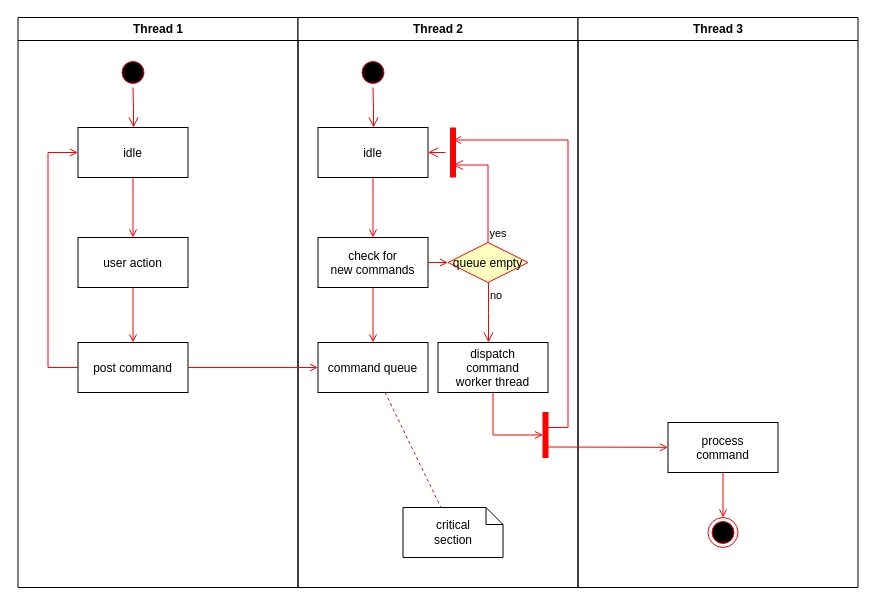
This is RiceStore.drawio from XuanThanh-18/rice-store, a draw.io file, before an edit. Source tidied: cells renumbered, new cells numbered last; positions are measured from the earlier drawing's top-left corner, leaving out a move shared by most shapes. Both pictures are drawn from the tidied source at 100%, with x=0, y=0 at pixel (17, 17).
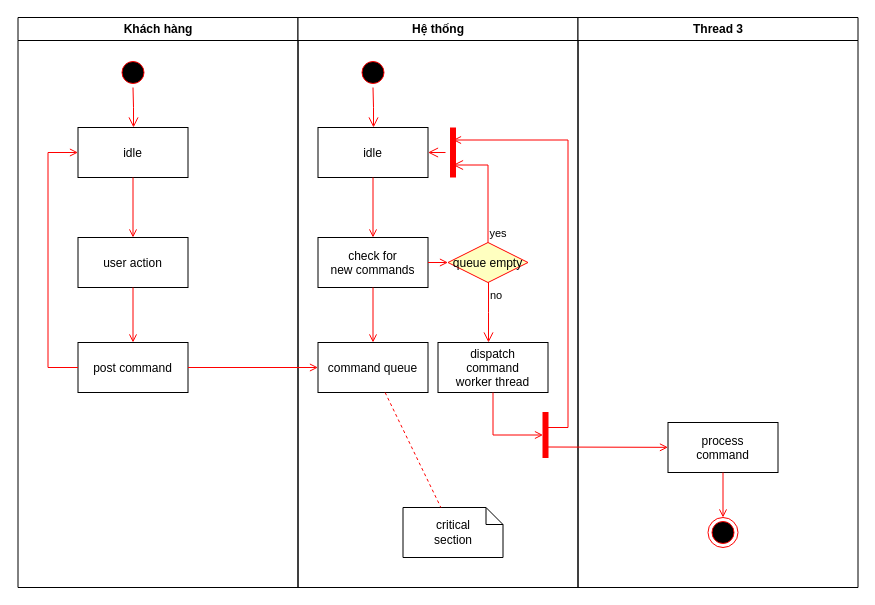
After the change.

The edit, as a diff of the source:
```diff
@@
-    <mxCell id="2" value="Thread 1" style="swimlane;whiteSpace=wrap;" parent="1" vertex="1">
+    <mxCell id="2" value="Khách hàng" style="swimlane;whiteSpace=wrap;" parent="1" vertex="1">
       <mxGeometry x="0.5" width="280" height="570" as="geometry" />
     </mxCell>
@@
-    <mxCell id="11" value="Thread 2" style="swimlane;whiteSpace=wrap;" parent="1" vertex="1">
+    <mxCell id="11" value="Hệ thống" style="swimlane;whiteSpace=wrap;" parent="1" vertex="1">
       <mxGeometry x="280.5" width="280" height="570" as="geometry" />
     </mxCell>
```
